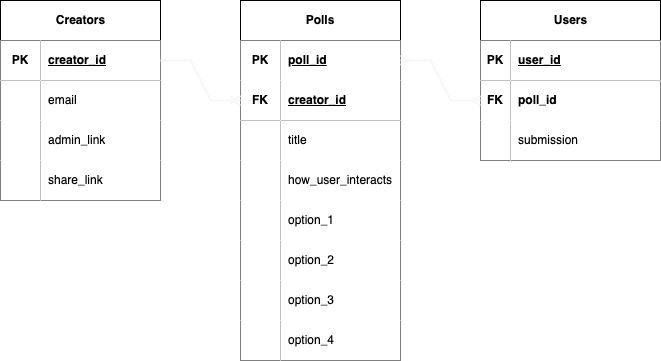
The draw.io diagram db/ERD/decisionMakerERD.drawio.png in nicoayamen/Decision_Maker, before a commit. Source tidied: cells renumbered, new cells last; positions are measured from the earlier drawing's top-left corner, leaving out a move shared by most shapes.
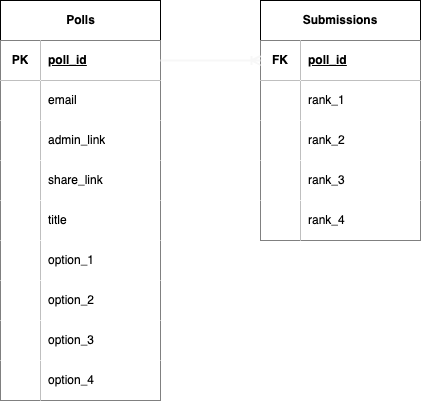
Above is the later version.

Commit message:
add new version of ERD with new tables

The edit, as a diff of the source:
```diff
@@ -2,113 +2,56 @@
   <root>
     <mxCell id="0" />
     <mxCell id="1" parent="0" />
-    <mxCell id="2" value="Polls&lt;span style=&quot;white-space: pre;&quot;&gt;&#9;&lt;/span&gt;" style="shape=table;startSize=40;rowLines=0;fontStyle=1;align=center;html=1;whiteSpace=wrap;" parent="1" vertex="1">
-      <mxGeometry x="240" width="160" height="360" as="geometry" />
+    <mxCell id="2" value="Submissions" style="shape=table;startSize=40;rowLines=0;fontStyle=1;align=center;html=1;whiteSpace=wrap;" parent="1" vertex="1">
+      <mxGeometry x="260" width="160" height="240" as="geometry" />
     </mxCell>
-    <mxCell id="3" style="shape=tableRow;horizontal=0;startSize=0;swimlaneHead=0;swimlaneBody=0;fillColor=none;points=[[0,0.5],[1,0.5]];portConstraint=eastwest;top=0;left=0;right=0;bottom=0;html=1;" parent="2" vertex="1">
-      <mxGeometry y="40" width="160" height="40" as="geometry" />
-    </mxCell>
-    <mxCell id="4" value="PK" style="shape=partialRectangle;top=0;left=0;bottom=0;right=0;fontStyle=1;overflow=hidden;html=1;whiteSpace=wrap;" parent="3" vertex="1">
-      <mxGeometry width="40" height="40" as="geometry" />
-    </mxCell>
-    <mxCell id="5" value="poll_id" style="shape=partialRectangle;top=0;left=0;bottom=0;right=0;align=left;spacingLeft=6;fontStyle=5;overflow=hidden;html=1;whiteSpace=wrap;" parent="3" vertex="1">
-      <mxGeometry x="40" width="120" height="40" as="geometry" />
-    </mxCell>
     <mxCell id="6" style="shape=tableRow;horizontal=0;startSize=0;swimlaneHead=0;swimlaneBody=0;fillColor=none;points=[[0,0.5],[1,0.5]];portConstraint=eastwest;top=0;left=0;right=0;bottom=1;html=1;" parent="2" vertex="1">
-      <mxGeometry y="80" width="160" height="40" as="geometry" />
+      <mxGeometry y="40" width="160" height="40" as="geometry" />
     </mxCell>
     <mxCell id="7" value="FK" style="shape=partialRectangle;top=0;left=0;bottom=0;right=0;fontStyle=1;overflow=hidden;html=1;whiteSpace=wrap;" parent="6" vertex="1">
       <mxGeometry width="40" height="40" as="geometry" />
     </mxCell>
-    <mxCell id="8" value="creator_id" style="shape=partialRectangle;top=0;left=0;bottom=0;right=0;align=left;spacingLeft=6;fontStyle=5;overflow=hidden;html=1;whiteSpace=wrap;" parent="6" vertex="1">
+    <mxCell id="8" value="poll_id" style="shape=partialRectangle;top=0;left=0;bottom=0;right=0;align=left;spacingLeft=6;fontStyle=5;overflow=hidden;html=1;whiteSpace=wrap;" parent="6" vertex="1">
       <mxGeometry x="40" width="120" height="40" as="geometry" />
     </mxCell>
     <mxCell id="9" style="shape=tableRow;horizontal=0;startSize=0;swimlaneHead=0;swimlaneBody=0;fillColor=none;top=0;left=0;right=0;bottom=0;html=1;" parent="2" vertex="1">
-      <mxGeometry y="120" width="160" height="40" as="geometry" />
+      <mxGeometry y="80" width="160" height="40" as="geometry" />
     </mxCell>
     <mxCell id="10" style="shape=partialRectangle;top=0;left=0;bottom=0;right=0;overflow=hidden;html=1;whiteSpace=wrap;" parent="9" vertex="1">
       <mxGeometry width="40" height="40" as="geometry" />
     </mxCell>
-    <mxCell id="11" value="title" style="shape=partialRectangle;top=0;left=0;bottom=0;right=0;align=left;spacingLeft=6;overflow=hidden;html=1;whiteSpace=wrap;" parent="9" vertex="1">
+    <mxCell id="11" value="rank_1" style="shape=partialRectangle;top=0;left=0;bottom=0;right=0;align=left;spacingLeft=6;overflow=hidden;html=1;whiteSpace=wrap;" parent="9" vertex="1">
       <mxGeometry x="40" width="120" height="40" as="geometry" />
     </mxCell>
     <mxCell id="12" style="shape=tableRow;horizontal=0;startSize=0;swimlaneHead=0;swimlaneBody=0;fillColor=none;top=0;left=0;right=0;bottom=0;html=1;" parent="2" vertex="1">
-      <mxGeometry y="160" width="160" height="40" as="geometry" />
+      <mxGeometry y="120" width="160" height="40" as="geometry" />
     </mxCell>
     <mxCell id="13" style="shape=partialRectangle;top=0;left=0;bottom=0;right=0;overflow=hidden;html=1;whiteSpace=wrap;" parent="12" vertex="1">
       <mxGeometry width="40" height="40" as="geometry" />
     </mxCell>
-    <mxCell id="14" value="how_user_interacts" style="shape=partialRectangle;top=0;left=0;bottom=0;right=0;align=left;spacingLeft=6;overflow=hidden;html=1;whiteSpace=wrap;" parent="12" vertex="1">
+    <mxCell id="14" value="rank_2" style="shape=partialRectangle;top=0;left=0;bottom=0;right=0;align=left;spacingLeft=6;overflow=hidden;html=1;whiteSpace=wrap;" parent="12" vertex="1">
       <mxGeometry x="40" width="120" height="40" as="geometry" />
     </mxCell>
     <mxCell id="15" style="shape=tableRow;horizontal=0;startSize=0;swimlaneHead=0;swimlaneBody=0;fillColor=none;top=0;left=0;right=0;bottom=0;html=1;" parent="2" vertex="1">
-      <mxGeometry y="200" width="160" height="40" as="geometry" />
+      <mxGeometry y="160" width="160" height="40" as="geometry" />
     </mxCell>
     <mxCell id="16" style="shape=partialRectangle;top=0;left=0;bottom=0;right=0;overflow=hidden;html=1;whiteSpace=wrap;" parent="15" vertex="1">
       <mxGeometry width="40" height="40" as="geometry" />
     </mxCell>
-    <mxCell id="17" value="option_1" style="shape=partialRectangle;top=0;left=0;bottom=0;right=0;align=left;spacingLeft=6;overflow=hidden;html=1;whiteSpace=wrap;" parent="15" vertex="1">
+    <mxCell id="17" value="rank_3" style="shape=partialRectangle;top=0;left=0;bottom=0;right=0;align=left;spacingLeft=6;overflow=hidden;html=1;whiteSpace=wrap;" parent="15" vertex="1">
       <mxGeometry x="40" width="120" height="40" as="geometry" />
     </mxCell>
     <mxCell id="18" style="shape=tableRow;horizontal=0;startSize=0;swimlaneHead=0;swimlaneBody=0;fillColor=none;top=0;left=0;right=0;bottom=0;html=1;" parent="2" vertex="1">
-      <mxGeometry y="240" width="160" height="40" as="geometry" />
+      <mxGeometry y="200" width="160" height="40" as="geometry" />
     </mxCell>
     <mxCell id="19" style="shape=partialRectangle;top=0;left=0;bottom=0;right=0;overflow=hidden;html=1;whiteSpace=wrap;" parent="18" vertex="1">
       <mxGeometry width="40" height="40" as="geometry" />
     </mxCell>
-    <mxCell id="20" value="option_2" style="shape=partialRectangle;top=0;left=0;bottom=0;right=0;align=left;spacingLeft=6;overflow=hidden;html=1;whiteSpace=wrap;" parent="18" vertex="1">
+    <mxCell id="20" value="rank_4" style="shape=partialRectangle;top=0;left=0;bottom=0;right=0;align=left;spacingLeft=6;overflow=hidden;html=1;whiteSpace=wrap;" parent="18" vertex="1">
       <mxGeometry x="40" width="120" height="40" as="geometry" />
     </mxCell>
-    <mxCell id="21" style="shape=tableRow;horizontal=0;startSize=0;swimlaneHead=0;swimlaneBody=0;fillColor=none;top=0;left=0;right=0;bottom=0;html=1;" parent="2" vertex="1">
-      <mxGeometry y="280" width="160" height="40" as="geometry" />
-    </mxCell>
-    <mxCell id="22" style="shape=partialRectangle;top=0;left=0;bottom=0;right=0;overflow=hidden;html=1;whiteSpace=wrap;" parent="21" vertex="1">
-      <mxGeometry width="40" height="40" as="geometry" />
-    </mxCell>
-    <mxCell id="23" value="option_3" style="shape=partialRectangle;top=0;left=0;bottom=0;right=0;align=left;spacingLeft=6;overflow=hidden;html=1;whiteSpace=wrap;" parent="21" vertex="1">
-      <mxGeometry x="40" width="120" height="40" as="geometry" />
-    </mxCell>
-    <mxCell id="24" style="shape=tableRow;horizontal=0;startSize=0;swimlaneHead=0;swimlaneBody=0;fillColor=none;top=0;left=0;right=0;bottom=0;html=1;" parent="2" vertex="1">
-      <mxGeometry y="320" width="160" height="40" as="geometry" />
-    </mxCell>
-    <mxCell id="25" style="shape=partialRectangle;top=0;left=0;bottom=0;right=0;overflow=hidden;html=1;whiteSpace=wrap;" parent="24" vertex="1">
-      <mxGeometry width="40" height="40" as="geometry" />
-    </mxCell>
-    <mxCell id="26" value="option_4" style="shape=partialRectangle;top=0;left=0;bottom=0;right=0;align=left;spacingLeft=6;overflow=hidden;html=1;whiteSpace=wrap;" parent="24" vertex="1">
-      <mxGeometry x="40" width="120" height="40" as="geometry" />
-    </mxCell>
-    <mxCell id="27" value="Users" style="shape=table;startSize=40;rowLines=0;fontStyle=1;align=center;html=1;" parent="1" vertex="1">
-      <mxGeometry x="480" width="180" height="160" as="geometry" />
-    </mxCell>
-    <mxCell id="28" style="shape=tableRow;horizontal=0;startSize=0;swimlaneHead=0;swimlaneBody=0;fillColor=none;top=0;left=0;right=0;bottom=1;" parent="27" vertex="1">
-      <mxGeometry y="40" width="180" height="40" as="geometry" />
-    </mxCell>
-    <mxCell id="29" value="PK" style="shape=partialRectangle;top=0;left=0;bottom=0;right=0;fontStyle=1;overflow=hidden;whiteSpace=wrap;html=1;" parent="28" vertex="1">
-      <mxGeometry width="30" height="40" as="geometry" />
-    </mxCell>
-    <mxCell id="30" value="user_id" style="shape=partialRectangle;top=0;left=0;bottom=0;right=0;align=left;spacingLeft=6;fontStyle=5;overflow=hidden;whiteSpace=wrap;html=1;" parent="28" vertex="1">
-      <mxGeometry x="30" width="150" height="40" as="geometry" />
-    </mxCell>
-    <mxCell id="31" style="shape=tableRow;horizontal=0;startSize=0;swimlaneHead=0;swimlaneBody=0;fillColor=none;points=[[0,0.5],[1,0.5]];portConstraint=eastwest;top=0;left=0;right=0;bottom=0;" parent="27" vertex="1">
-      <mxGeometry y="80" width="180" height="40" as="geometry" />
-    </mxCell>
-    <mxCell id="32" value="FK&lt;span style=&quot;white-space: pre;&quot;&gt;&#9;&lt;/span&gt;" style="shape=partialRectangle;top=0;left=0;bottom=0;right=0;overflow=hidden;whiteSpace=wrap;html=1;fontStyle=1;" parent="31" vertex="1">
-      <mxGeometry width="30" height="40" as="geometry" />
-    </mxCell>
-    <mxCell id="33" value="poll_id" style="shape=partialRectangle;top=0;left=0;bottom=0;right=0;align=left;spacingLeft=6;overflow=hidden;whiteSpace=wrap;html=1;fontStyle=1;" parent="31" vertex="1">
-      <mxGeometry x="30" width="150" height="40" as="geometry" />
-    </mxCell>
-    <mxCell id="34" style="shape=tableRow;horizontal=0;startSize=0;swimlaneHead=0;swimlaneBody=0;fillColor=none;top=0;left=0;right=0;bottom=0;" parent="27" vertex="1">
-      <mxGeometry y="120" width="180" height="40" as="geometry" />
-    </mxCell>
-    <mxCell id="35" style="shape=partialRectangle;top=0;left=0;bottom=0;right=0;overflow=hidden;whiteSpace=wrap;html=1;" parent="34" vertex="1">
-      <mxGeometry width="30" height="40" as="geometry" />
-    </mxCell>
-    <mxCell id="36" value="submission" style="shape=partialRectangle;top=0;left=0;bottom=0;right=0;align=left;spacingLeft=6;overflow=hidden;whiteSpace=wrap;html=1;" parent="34" vertex="1">
-      <mxGeometry x="30" width="150" height="40" as="geometry" />
-    </mxCell>
-    <mxCell id="37" value="Creators" style="shape=table;startSize=40;rowLines=0;fontStyle=1;align=center;html=1;" parent="1" vertex="1">
-      <mxGeometry width="160" height="200" as="geometry" />
+    <mxCell id="37" value="Polls" style="shape=table;startSize=40;rowLines=0;fontStyle=1;align=center;html=1;" parent="1" vertex="1">
+      <mxGeometry width="160" height="400" as="geometry" />
     </mxCell>
     <mxCell id="38" style="shape=tableRow;horizontal=0;startSize=0;swimlaneHead=0;swimlaneBody=0;fillColor=none;points=[[0,0.5],[1,0.5]];portConstraint=eastwest;top=0;left=0;right=0;bottom=1;" parent="37" vertex="1">
       <mxGeometry y="40" width="160" height="40" as="geometry" />
@@ -116,7 +59,7 @@
     <mxCell id="39" value="PK" style="shape=partialRectangle;top=0;left=0;bottom=0;right=0;fontStyle=1;overflow=hidden;whiteSpace=wrap;html=1;" parent="38" vertex="1">
       <mxGeometry width="40" height="40" as="geometry" />
     </mxCell>
-    <mxCell id="40" value="creator_id" style="shape=partialRectangle;top=0;left=0;bottom=0;right=0;align=left;spacingLeft=6;fontStyle=5;overflow=hidden;whiteSpace=wrap;html=1;" parent="38" vertex="1">
+    <mxCell id="40" value="poll_id" style="shape=partialRectangle;top=0;left=0;bottom=0;right=0;align=left;spacingLeft=6;fontStyle=5;overflow=hidden;whiteSpace=wrap;html=1;" parent="38" vertex="1">
       <mxGeometry x="40" width="120" height="40" as="geometry" />
     </mxCell>
     <mxCell id="41" style="shape=tableRow;horizontal=0;startSize=0;swimlaneHead=0;swimlaneBody=0;fillColor=none;top=0;left=0;right=0;bottom=0;" parent="37" vertex="1">
@@ -146,6 +89,51 @@
     <mxCell id="49" value="share_link" style="shape=partialRectangle;top=0;left=0;bottom=0;right=0;align=left;spacingLeft=6;overflow=hidden;whiteSpace=wrap;html=1;" parent="47" vertex="1">
       <mxGeometry x="40" width="120" height="40" as="geometry" />
     </mxCell>
+    <mxCell id="52" style="shape=tableRow;horizontal=0;startSize=0;swimlaneHead=0;swimlaneBody=0;fillColor=none;top=0;left=0;right=0;bottom=0;" parent="37" vertex="1">
+      <mxGeometry y="200" width="160" height="40" as="geometry" />
+    </mxCell>
+    <mxCell id="53" style="shape=partialRectangle;top=0;left=0;bottom=0;right=0;overflow=hidden;whiteSpace=wrap;html=1;" parent="52" vertex="1">
+      <mxGeometry width="40" height="40" as="geometry" />
+    </mxCell>
+    <mxCell id="54" value="title" style="shape=partialRectangle;top=0;left=0;bottom=0;right=0;align=left;spacingLeft=6;overflow=hidden;whiteSpace=wrap;html=1;" parent="52" vertex="1">
+      <mxGeometry x="40" width="120" height="40" as="geometry" />
+    </mxCell>
+    <mxCell id="55" style="shape=tableRow;horizontal=0;startSize=0;swimlaneHead=0;swimlaneBody=0;fillColor=none;top=0;left=0;right=0;bottom=0;" parent="37" vertex="1">
+      <mxGeometry y="240" width="160" height="40" as="geometry" />
+    </mxCell>
+    <mxCell id="56" style="shape=partialRectangle;top=0;left=0;bottom=0;right=0;overflow=hidden;whiteSpace=wrap;html=1;" parent="55" vertex="1">
+      <mxGeometry width="40" height="40" as="geometry" />
+    </mxCell>
+    <mxCell id="57" value="option_1" style="shape=partialRectangle;top=0;left=0;bottom=0;right=0;align=left;spacingLeft=6;overflow=hidden;whiteSpace=wrap;html=1;" parent="55" vertex="1">
+      <mxGeometry x="40" width="120" height="40" as="geometry" />
+    </mxCell>
+    <mxCell id="58" style="shape=tableRow;horizontal=0;startSize=0;swimlaneHead=0;swimlaneBody=0;fillColor=none;top=0;left=0;right=0;bottom=0;" parent="37" vertex="1">
+      <mxGeometry y="280" width="160" height="40" as="geometry" />
+    </mxCell>
+    <mxCell id="59" style="shape=partialRectangle;top=0;left=0;bottom=0;right=0;overflow=hidden;whiteSpace=wrap;html=1;" parent="58" vertex="1">
+      <mxGeometry width="40" height="40" as="geometry" />
+    </mxCell>
+    <mxCell id="60" value="option_2" style="shape=partialRectangle;top=0;left=0;bottom=0;right=0;align=left;spacingLeft=6;overflow=hidden;whiteSpace=wrap;html=1;" parent="58" vertex="1">
+      <mxGeometry x="40" width="120" height="40" as="geometry" />
+    </mxCell>
+    <mxCell id="61" style="shape=tableRow;horizontal=0;startSize=0;swimlaneHead=0;swimlaneBody=0;fillColor=none;top=0;left=0;right=0;bottom=0;" parent="37" vertex="1">
+      <mxGeometry y="320" width="160" height="40" as="geometry" />
+    </mxCell>
+    <mxCell id="62" style="shape=partialRectangle;top=0;left=0;bottom=0;right=0;overflow=hidden;whiteSpace=wrap;html=1;" parent="61" vertex="1">
+      <mxGeometry width="40" height="40" as="geometry" />
+    </mxCell>
+    <mxCell id="23" value="option_3" style="shape=partialRectangle;top=0;left=0;bottom=0;right=0;align=left;spacingLeft=6;overflow=hidden;whiteSpace=wrap;html=1;" parent="61" vertex="1">
+      <mxGeometry x="40" width="120" height="40" as="geometry" />
+    </mxCell>
+    <mxCell id="63" style="shape=tableRow;horizontal=0;startSize=0;swimlaneHead=0;swimlaneBody=0;fillColor=none;top=0;left=0;right=0;bottom=0;" parent="37" vertex="1">
+      <mxGeometry y="360" width="160" height="40" as="geometry" />
+    </mxCell>
+    <mxCell id="64" style="shape=partialRectangle;top=0;left=0;bottom=0;right=0;overflow=hidden;whiteSpace=wrap;html=1;" parent="63" vertex="1">
+      <mxGeometry width="40" height="40" as="geometry" />
+    </mxCell>
+    <mxCell id="26" value="option_4" style="shape=partialRectangle;top=0;left=0;bottom=0;right=0;align=left;spacingLeft=6;overflow=hidden;whiteSpace=wrap;html=1;" parent="63" vertex="1">
+      <mxGeometry x="40" width="120" height="40" as="geometry" />
+    </mxCell>
     <mxCell id="50" style="edgeStyle=entityRelationEdgeStyle;fontSize=12;html=1;endArrow=ERoneToMany;rounded=0;exitX=1;exitY=0.5;exitDx=0;exitDy=0;strokeColor=#F7F7F7;strokeWidth=2;" parent="1" edge="1" source="38" target="6">
       <mxGeometry relative="1" as="geometry">
         <Array as="points">
@@ -153,8 +141,5 @@
         </Array>
       </mxGeometry>
     </mxCell>
-    <mxCell id="51" style="edgeStyle=entityRelationEdgeStyle;fontSize=12;html=1;endArrow=ERmany;startArrow=ERmany;rounded=0;strokeWidth=2;fillColor=#6a00ff;strokeColor=#f7f7f7;exitX=1;exitY=0.5;exitDx=0;exitDy=0;" parent="1" edge="1" source="3" target="31">
-      <mxGeometry relative="1" as="geometry" />
-    </mxCell>
   </root>
 </mxGraphModel>
```
